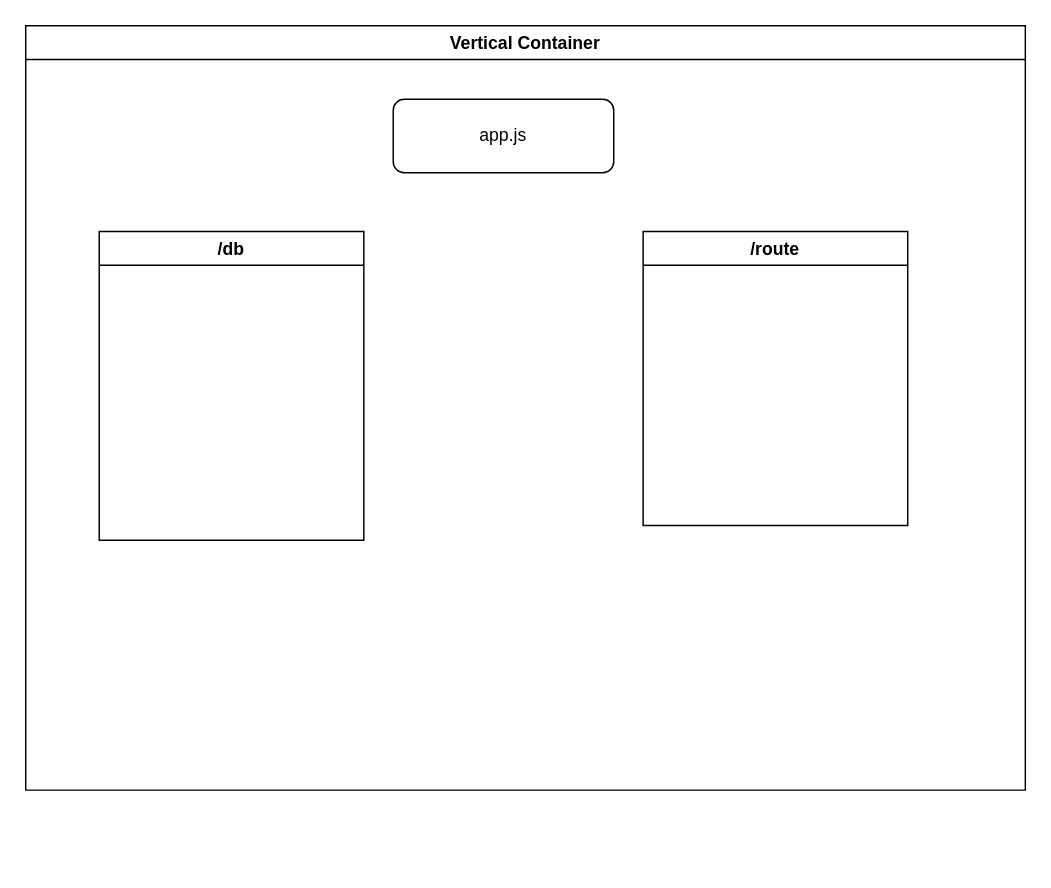
This is design/workout-backend.drawio from Pankaj5466/workout-full-app, a draw.io file, before an edit. Source tidied: cells renumbered, new cells numbered last; positions are measured from the earlier drawing's top-left corner, leaving out a move shared by most shapes. Both pictures are drawn from the tidied source at 147%, with x=0, y=0 at pixel (25, 25). Pictures stored in the file or linked from it are replaced by grey dashed boxes.
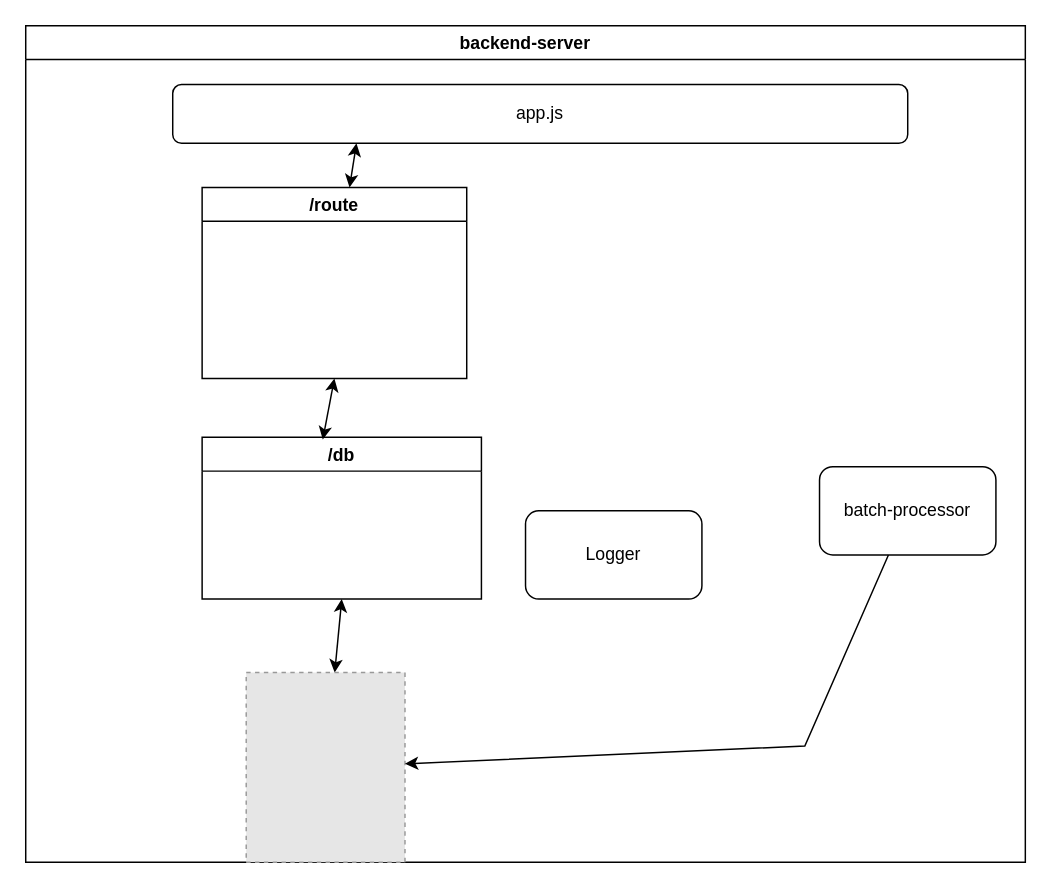
The same diagram, later.

Commit message (it also covers changes not shown here):
first draft of create table

Change to the diagram source:
```diff
@@
 <mxGraphModel>
   <root>
     <mxCell id="0" />
     <mxCell id="1" parent="0" />
-    <mxCell id="2" value="Vertical Container" style="swimlane;" parent="1" vertex="1">
-      <mxGeometry width="680" height="520" as="geometry" />
+    <mxCell id="2" value="backend-server" style="swimlane;" parent="1" vertex="1">
+      <mxGeometry width="680" height="569" as="geometry" />
     </mxCell>
     <mxCell id="3" value="app.js" style="rounded=1;whiteSpace=wrap;html=1;" parent="2" vertex="1">
-      <mxGeometry x="250" y="50" width="150" height="50" as="geometry" />
+      <mxGeometry x="100" y="40" width="500" height="40" as="geometry" />
     </mxCell>
     <mxCell id="4" value="/route" style="swimlane;startSize=23;" parent="2" vertex="1">
-      <mxGeometry x="420" y="140" width="180" height="200" as="geometry" />
+      <mxGeometry x="120" y="110" width="180" height="130" as="geometry" />
     </mxCell>
     <mxCell id="5" value="/db" style="swimlane;" parent="2" vertex="1">
-      <mxGeometry x="50" y="140" width="180" height="210" as="geometry" />
+      <mxGeometry x="120" y="280" width="190" height="110" as="geometry" />
     </mxCell>
+    <mxCell id="6" style="endArrow=classic;startArrow=classic;html=1;rounded=0;entryX=0.25;entryY=1;entryDx=0;entryDy=0;" parent="2" edge="1" source="4" target="3">
+      <mxGeometry relative="1" as="geometry" />
+    </mxCell>
+    <mxCell id="7" style="endArrow=classic;startArrow=classic;html=1;rounded=0;exitX=0.432;exitY=0.014;exitDx=0;exitDy=0;exitPerimeter=0;entryX=0.5;entryY=1;entryDx=0;entryDy=0;" parent="2" edge="1" source="5" target="4">
+      <mxGeometry relative="1" as="geometry" />
+    </mxCell>
+    <mxCell id="8" style="endArrow=classic;startArrow=classic;html=1;rounded=0;entryX=0.5;entryY=1;entryDx=0;entryDy=0;" parent="2" edge="1" source="9" target="5">
+      <mxGeometry relative="1" as="geometry" />
+    </mxCell>
+    <mxCell id="9" style="fillColor=#E6E6E6;strokeColor=#999999;dashed=1;verticalLabelPosition=bottom;labelBackgroundColor=default;verticalAlign=top;" parent="2" vertex="1">
+      <mxGeometry x="150" y="440" width="108" height="129" as="geometry" />
+    </mxCell>
+    <mxCell id="10" value="batch-processor" style="rounded=1;whiteSpace=wrap;html=1;" parent="2" vertex="1">
+      <mxGeometry x="540" y="300" width="120" height="60" as="geometry" />
+    </mxCell>
+    <mxCell id="11" style="endArrow=classic;html=1;rounded=0;" parent="2" edge="1" source="10" target="9">
+      <mxGeometry relative="1" as="geometry">
+        <Array as="points">
+          <mxPoint x="530" y="490" />
+        </Array>
+      </mxGeometry>
+    </mxCell>
+    <mxCell id="12" value="Logger" style="rounded=1;whiteSpace=wrap;html=1;" parent="2" vertex="1">
+      <mxGeometry x="340" y="330" width="120" height="60" as="geometry" />
+    </mxCell>
   </root>
 </mxGraphModel>
```
